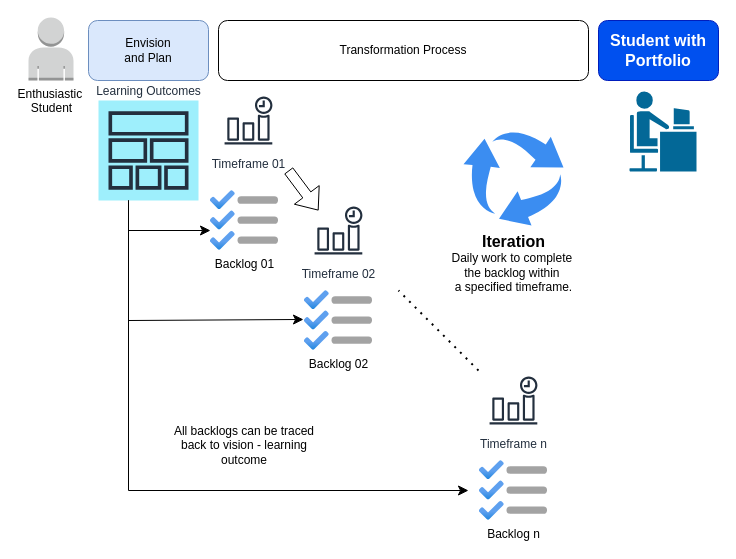
The draw.io diagram img/NEO-X-School-01-proses-umum.drawio in NEO-X-School/pedagogi, before the edit. Source tidied: cells renumbered, new cells numbered last; positions are measured from the earlier drawing's top-left corner, leaving out a move shared by most shapes. Both pictures are drawn from the tidied source at 100%, with x=0, y=0 at pixel (28, 17).
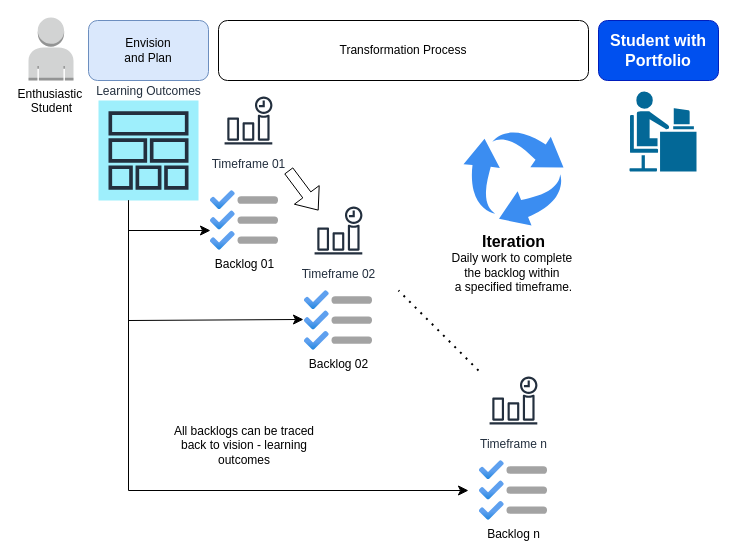
Above is the later version.

Commit message (it also covers changes not shown here):
Change image, should be outcomes - not just outcome

What changed in the source:
```diff
@@
-    <mxCell id="20" value="All backlogs can be traced back to vision - learning outcome" style="text;html=1;whiteSpace=wrap;strokeColor=none;fillColor=none;align=center;verticalAlign=middle;rounded=0;" parent="1" vertex="1">
+    <mxCell id="20" value="All backlogs can be traced back to vision - learning outcomes" style="text;html=1;whiteSpace=wrap;strokeColor=none;fillColor=none;align=center;verticalAlign=middle;rounded=0;" parent="1" vertex="1">
       <mxGeometry x="136" y="413" width="160" height="30" as="geometry" />
     </mxCell>
```
